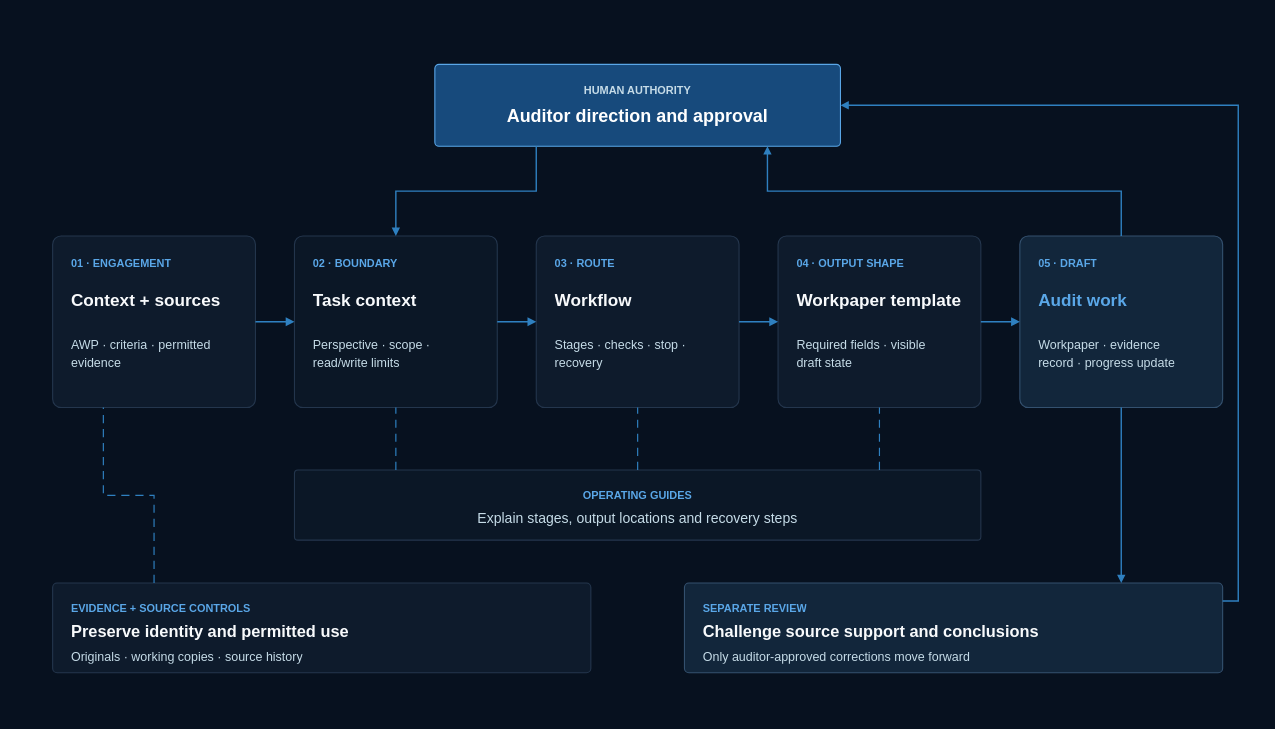
Before: aeos/assets/source/aeos-core-component-interactions-dark.drawio in busera/busera.github.io, a draw.io diagram. Source tidied: cells renumbered, new cells numbered last; positions are measured from the earlier drawing's top-left corner, leaving out a move shared by most shapes. Both pictures are drawn from the tidied source at 78%, with x=0, y=0 at pixel (13, 13).
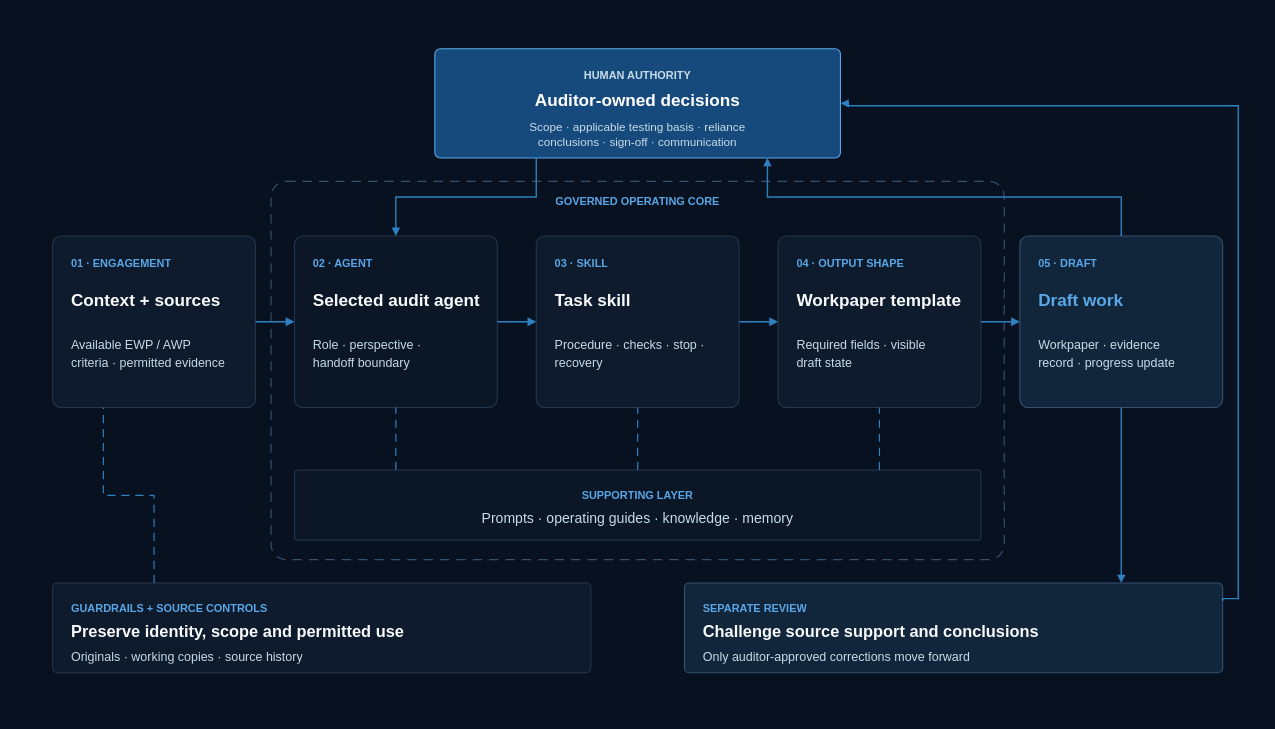
Above is the later version.

The edit, as a diff of the source:
```diff
@@
+    <mxCell id="49" style="rounded=1;arcSize=4;whiteSpace=wrap;html=1;fillColor=none;strokeColor=#34516F;strokeWidth=1.5;dashed=1;dashPattern=8 6;shadow=0;" parent="1" vertex="1">
+      <mxGeometry x="330" y="215" width="940" height="485" as="geometry" />
+    </mxCell>
+    <mxCell id="50" value="GOVERNED OPERATING CORE" style="text;html=1;whiteSpace=wrap;overflow=hidden;strokeColor=none;fillColor=#07111F;spacing=0;spacingTop=0;spacingBottom=0;spacingLeft=8;spacingRight=8;align=center;verticalAlign=middle;fontFamily=Helvetica;fontColor=#5AA7E8;fontSize=14;fontStyle=1;" parent="1" vertex="1">
+      <mxGeometry x="620" y="228" width="360" height="26" as="geometry" />
+    </mxCell>
     <mxCell id="3" style="rounded=1;arcSize=5;whiteSpace=wrap;html=1;fillColor=#174A7C;strokeColor=#5AA7E8;strokeWidth=1.4;shadow=0;" parent="1" vertex="1">
-      <mxGeometry x="540" y="65" width="520" height="105" as="geometry" />
+      <mxGeometry x="540" y="45" width="520" height="140" as="geometry" />
     </mxCell>
     <mxCell id="4" value="HUMAN AUTHORITY" style="text;html=1;whiteSpace=wrap;overflow=hidden;strokeColor=none;fillColor=none;spacing=0;spacingTop=0;spacingBottom=0;spacingLeft=0;spacingRight=0;align=center;verticalAlign=top;fontFamily=Helvetica;fontColor=#C6DCE8;fontSize=14;fontStyle=1;" parent="1" vertex="1">
-      <mxGeometry x="564" y="86" width="472" height="20" as="geometry" />
+      <mxGeometry x="564" y="66" width="472" height="20" as="geometry" />
     </mxCell>
-    <mxCell id="5" value="Auditor direction and approval" style="text;html=1;whiteSpace=wrap;overflow=hidden;strokeColor=none;fillColor=none;spacing=0;spacingTop=0;spacingBottom=0;spacingLeft=0;spacingRight=0;align=center;verticalAlign=top;fontFamily=Helvetica;fontColor=#FFFFFF;fontSize=23;fontStyle=1;" parent="1" vertex="1">
-      <mxGeometry x="564" y="113" width="472" height="32" as="geometry" />
+    <mxCell id="5" value="Auditor-owned decisions" style="text;html=1;whiteSpace=wrap;overflow=hidden;strokeColor=none;fillColor=none;spacing=0;spacingTop=0;spacingBottom=0;spacingLeft=0;spacingRight=0;align=center;verticalAlign=top;fontFamily=Helvetica;fontColor=#FFFFFF;fontSize=22;fontStyle=1;" parent="1" vertex="1">
+      <mxGeometry x="564" y="94" width="472" height="30" as="geometry" />
     </mxCell>
+    <mxCell id="51" value="&lt;div style=&quot;line-height:1.25;&quot;&gt;Scope · applicable testing basis · reliance&lt;br&gt;conclusions · sign-off · communication&lt;/div&gt;" style="text;html=1;whiteSpace=wrap;overflow=hidden;strokeColor=none;fillColor=none;spacing=0;spacingTop=0;spacingBottom=0;spacingLeft=0;spacingRight=0;align=center;verticalAlign=top;fontFamily=Helvetica;fontColor=#C6DCE8;fontSize=15;fontStyle=0;" parent="1" vertex="1">
+      <mxGeometry x="564" y="132" width="472" height="40" as="geometry" />
+    </mxCell>
@@
-    <mxCell id="9" value="&lt;div style=&quot;line-height:1.35;&quot;&gt;AWP · criteria · permitted&lt;br&gt;evidence&lt;/div&gt;" style="text;html=1;whiteSpace=wrap;overflow=hidden;strokeColor=none;fillColor=none;spacing=0;spacingTop=0;spacingBottom=0;spacingLeft=0;spacingRight=0;align=left;verticalAlign=top;fontFamily=Helvetica;fontColor=#C6DCE8;fontSize=16;fontStyle=0;" parent="1" vertex="1">
-      <mxGeometry x="74" y="410" width="212" height="56" as="geometry" />
+    <mxCell id="9" value="&lt;div style=&quot;line-height:1.35;&quot;&gt;Available EWP / AWP&lt;br&gt;criteria · permitted evidence&lt;/div&gt;" style="text;html=1;whiteSpace=wrap;overflow=hidden;strokeColor=none;fillColor=none;spacing=0;spacingTop=0;spacingBottom=0;spacingLeft=0;spacingRight=0;align=left;verticalAlign=top;fontFamily=Helvetica;fontColor=#C6DCE8;fontSize=16;fontStyle=0;" parent="1" vertex="1">
+      <mxGeometry x="74" y="410" width="212" height="70" as="geometry" />
     </mxCell>
@@
-    <mxCell id="11" value="02 · BOUNDARY" style="text;html=1;whiteSpace=wrap;overflow=hidden;strokeColor=none;fillColor=none;spacing=0;spacingTop=0;spacingBottom=0;spacingLeft=0;spacingRight=0;align=left;verticalAlign=top;fontFamily=Helvetica;fontColor=#5AA7E8;fontSize=14;fontStyle=1;" parent="1" vertex="1">
+    <mxCell id="11" value="02 · AGENT" style="text;html=1;whiteSpace=wrap;overflow=hidden;strokeColor=none;fillColor=none;spacing=0;spacingTop=0;spacingBottom=0;spacingLeft=0;spacingRight=0;align=left;verticalAlign=top;fontFamily=Helvetica;fontColor=#5AA7E8;fontSize=14;fontStyle=1;" parent="1" vertex="1">
       <mxGeometry x="384" y="307" width="212" height="22" as="geometry" />
     </mxCell>
-    <mxCell id="12" value="Task context" style="text;html=1;whiteSpace=wrap;overflow=hidden;strokeColor=none;fillColor=none;spacing=0;spacingTop=0;spacingBottom=0;spacingLeft=0;spacingRight=0;align=left;verticalAlign=top;fontFamily=Helvetica;fontColor=#F8FAFC;fontSize=22;fontStyle=1;" parent="1" vertex="1">
+    <mxCell id="12" value="Selected audit agent" style="text;html=1;whiteSpace=wrap;overflow=hidden;strokeColor=none;fillColor=none;spacing=0;spacingTop=0;spacingBottom=0;spacingLeft=0;spacingRight=0;align=left;verticalAlign=top;fontFamily=Helvetica;fontColor=#F8FAFC;fontSize=22;fontStyle=1;" parent="1" vertex="1">
       <mxGeometry x="384" y="350" width="212" height="40" as="geometry" />
     </mxCell>
-    <mxCell id="13" value="&lt;div style=&quot;line-height:1.35;&quot;&gt;Perspective · scope ·&lt;br&gt;read/write limits&lt;/div&gt;" style="text;html=1;whiteSpace=wrap;overflow=hidden;strokeColor=none;fillColor=none;spacing=0;spacingTop=0;spacingBottom=0;spacingLeft=0;spacingRight=0;align=left;verticalAlign=top;fontFamily=Helvetica;fontColor=#C6DCE8;fontSize=16;fontStyle=0;" parent="1" vertex="1">
+    <mxCell id="13" value="&lt;div style=&quot;line-height:1.35;&quot;&gt;Role · perspective ·&lt;br&gt;handoff boundary&lt;/div&gt;" style="text;html=1;whiteSpace=wrap;overflow=hidden;strokeColor=none;fillColor=none;spacing=0;spacingTop=0;spacingBottom=0;spacingLeft=0;spacingRight=0;align=left;verticalAlign=top;fontFamily=Helvetica;fontColor=#C6DCE8;fontSize=16;fontStyle=0;" parent="1" vertex="1">
       <mxGeometry x="384" y="410" width="212" height="56" as="geometry" />
     </mxCell>
@@
-    <mxCell id="15" value="03 · ROUTE" style="text;html=1;whiteSpace=wrap;overflow=hidden;strokeColor=none;fillColor=none;spacing=0;spacingTop=0;spacingBottom=0;spacingLeft=0;spacingRight=0;align=left;verticalAlign=top;fontFamily=Helvetica;fontColor=#5AA7E8;fontSize=14;fontStyle=1;" parent="1" vertex="1">
+    <mxCell id="15" value="03 · SKILL" style="text;html=1;whiteSpace=wrap;overflow=hidden;strokeColor=none;fillColor=none;spacing=0;spacingTop=0;spacingBottom=0;spacingLeft=0;spacingRight=0;align=left;verticalAlign=top;fontFamily=Helvetica;fontColor=#5AA7E8;fontSize=14;fontStyle=1;" parent="1" vertex="1">
       <mxGeometry x="694" y="307" width="212" height="22" as="geometry" />
     </mxCell>
-    <mxCell id="16" value="Workflow" style="text;html=1;whiteSpace=wrap;overflow=hidden;strokeColor=none;fillColor=none;spacing=0;spacingTop=0;spacingBottom=0;spacingLeft=0;spacingRight=0;align=left;verticalAlign=top;fontFamily=Helvetica;fontColor=#F8FAFC;fontSize=22;fontStyle=1;" parent="1" vertex="1">
+    <mxCell id="16" value="Task skill" style="text;html=1;whiteSpace=wrap;overflow=hidden;strokeColor=none;fillColor=none;spacing=0;spacingTop=0;spacingBottom=0;spacingLeft=0;spacingRight=0;align=left;verticalAlign=top;fontFamily=Helvetica;fontColor=#F8FAFC;fontSize=22;fontStyle=1;" parent="1" vertex="1">
       <mxGeometry x="694" y="350" width="212" height="40" as="geometry" />
     </mxCell>
-    <mxCell id="17" value="&lt;div style=&quot;line-height:1.35;&quot;&gt;Stages · checks · stop ·&lt;br&gt;recovery&lt;/div&gt;" style="text;html=1;whiteSpace=wrap;overflow=hidden;strokeColor=none;fillColor=none;spacing=0;spacingTop=0;spacingBottom=0;spacingLeft=0;spacingRight=0;align=left;verticalAlign=top;fontFamily=Helvetica;fontColor=#C6DCE8;fontSize=16;fontStyle=0;" parent="1" vertex="1">
+    <mxCell id="17" value="&lt;div style=&quot;line-height:1.35;&quot;&gt;Procedure · checks · stop ·&lt;br&gt;recovery&lt;/div&gt;" style="text;html=1;whiteSpace=wrap;overflow=hidden;strokeColor=none;fillColor=none;spacing=0;spacingTop=0;spacingBottom=0;spacingLeft=0;spacingRight=0;align=left;verticalAlign=top;fontFamily=Helvetica;fontColor=#C6DCE8;fontSize=16;fontStyle=0;" parent="1" vertex="1">
       <mxGeometry x="694" y="410" width="212" height="56" as="geometry" />
     </mxCell>
@@
-    <mxCell id="24" value="Audit work" style="text;html=1;whiteSpace=wrap;overflow=hidden;strokeColor=none;fillColor=none;spacing=0;spacingTop=0;spacingBottom=0;spacingLeft=0;spacingRight=0;align=left;verticalAlign=top;fontFamily=Helvetica;fontColor=#5AA7E8;fontSize=22;fontStyle=1;" parent="1" vertex="1">
+    <mxCell id="24" value="Draft work" style="text;html=1;whiteSpace=wrap;overflow=hidden;strokeColor=none;fillColor=none;spacing=0;spacingTop=0;spacingBottom=0;spacingLeft=0;spacingRight=0;align=left;verticalAlign=top;fontFamily=Helvetica;fontColor=#5AA7E8;fontSize=22;fontStyle=1;" parent="1" vertex="1">
       <mxGeometry x="1314" y="350" width="212" height="40" as="geometry" />
     </mxCell>
@@
-    <mxCell id="33" value="OPERATING GUIDES" style="text;html=1;whiteSpace=wrap;overflow=hidden;strokeColor=none;fillColor=none;spacing=0;spacingTop=0;spacingBottom=0;spacingLeft=0;spacingRight=0;align=center;verticalAlign=top;fontFamily=Helvetica;fontColor=#5AA7E8;fontSize=14;fontStyle=1;" parent="1" vertex="1">
+    <mxCell id="33" value="SUPPORTING LAYER" style="text;html=1;whiteSpace=wrap;overflow=hidden;strokeColor=none;fillColor=none;spacing=0;spacingTop=0;spacingBottom=0;spacingLeft=0;spacingRight=0;align=center;verticalAlign=top;fontFamily=Helvetica;fontColor=#5AA7E8;fontSize=14;fontStyle=1;" parent="1" vertex="1">
       <mxGeometry x="384" y="605" width="832" height="20" as="geometry" />
     </mxCell>
-    <mxCell id="34" value="Explain stages, output locations and recovery steps" style="text;html=1;whiteSpace=wrap;overflow=hidden;strokeColor=none;fillColor=none;spacing=0;spacingTop=0;spacingBottom=0;spacingLeft=0;spacingRight=0;align=center;verticalAlign=top;fontFamily=Helvetica;fontColor=#C6DCE8;fontSize=18;fontStyle=0;" parent="1" vertex="1">
+    <mxCell id="34" value="Prompts · operating guides · knowledge · memory" style="text;html=1;whiteSpace=wrap;overflow=hidden;strokeColor=none;fillColor=none;spacing=0;spacingTop=0;spacingBottom=0;spacingLeft=0;spacingRight=0;align=center;verticalAlign=top;fontFamily=Helvetica;fontColor=#C6DCE8;fontSize=18;fontStyle=0;" parent="1" vertex="1">
       <mxGeometry x="384" y="632" width="832" height="27" as="geometry" />
     </mxCell>
@@
-    <mxCell id="39" value="EVIDENCE + SOURCE CONTROLS" style="text;html=1;whiteSpace=wrap;overflow=hidden;strokeColor=none;fillColor=none;spacing=0;spacingTop=0;spacingBottom=0;spacingLeft=0;spacingRight=0;align=left;verticalAlign=top;fontFamily=Helvetica;fontColor=#5AA7E8;fontSize=14;fontStyle=1;" parent="1" vertex="1">
+    <mxCell id="39" value="GUARDRAILS + SOURCE CONTROLS" style="text;html=1;whiteSpace=wrap;overflow=hidden;strokeColor=none;fillColor=none;spacing=0;spacingTop=0;spacingBottom=0;spacingLeft=0;spacingRight=0;align=left;verticalAlign=top;fontFamily=Helvetica;fontColor=#5AA7E8;fontSize=14;fontStyle=1;" parent="1" vertex="1">
       <mxGeometry x="74" y="750" width="642" height="20" as="geometry" />
     </mxCell>
-    <mxCell id="40" value="Preserve identity and permitted use" style="text;html=1;whiteSpace=wrap;overflow=hidden;strokeColor=none;fillColor=none;spacing=0;spacingTop=0;spacingBottom=0;spacingLeft=0;spacingRight=0;align=left;verticalAlign=top;fontFamily=Helvetica;fontColor=#F8FAFC;fontSize=21;fontStyle=1;" parent="1" vertex="1">
+    <mxCell id="40" value="Preserve identity, scope and permitted use" style="text;html=1;whiteSpace=wrap;overflow=hidden;strokeColor=none;fillColor=none;spacing=0;spacingTop=0;spacingBottom=0;spacingLeft=0;spacingRight=0;align=left;verticalAlign=top;fontFamily=Helvetica;fontColor=#F8FAFC;fontSize=21;fontStyle=1;" parent="1" vertex="1">
       <mxGeometry x="74" y="775" width="642" height="28" as="geometry" />
     </mxCell>
```
